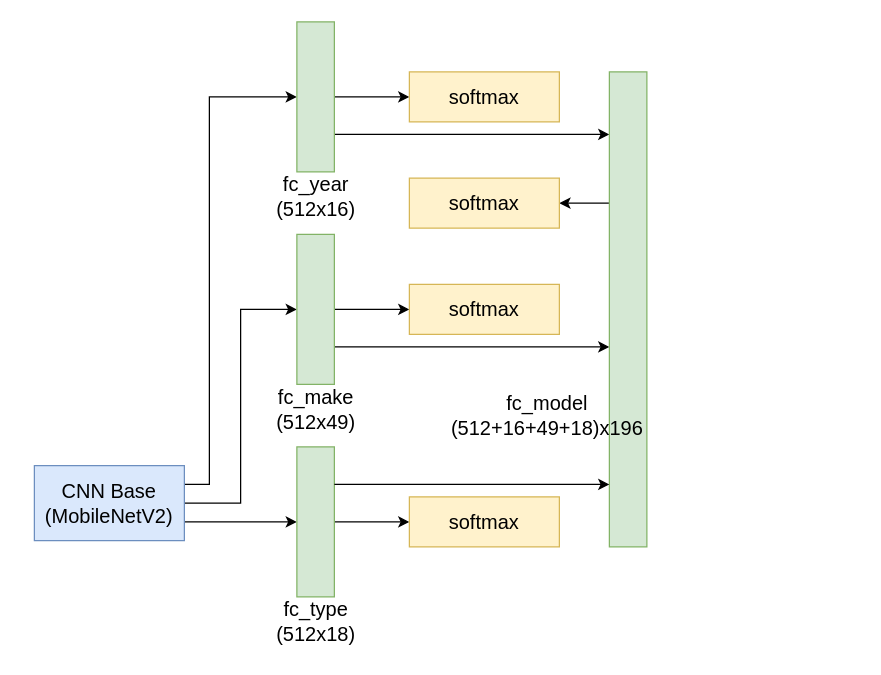
The draw.io diagram model.drawio in lyzhang0113/AutoSpecNet, before the edit. Source tidied: cells renumbered, new cells numbered last; positions are measured from the earlier drawing's top-left corner, leaving out a move shared by most shapes. Both pictures are drawn from the tidied source at 125%, with x=0, y=0 at pixel (34, 21).
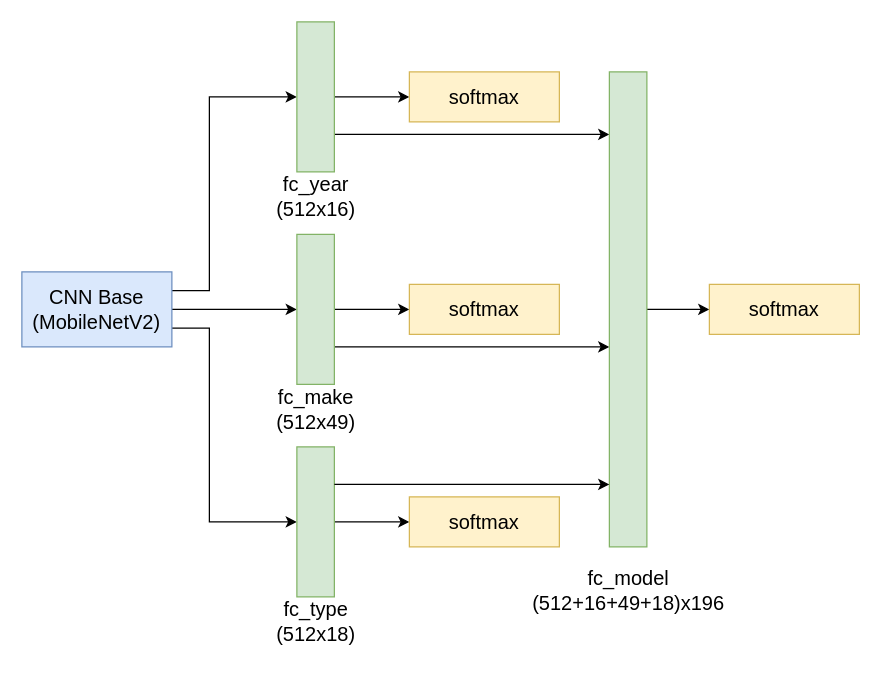
The same page after the edit.

The change refers to these unchanged cells:
```xml
<mxCell id="12" style="rounded=0;whiteSpace=wrap;html=1;fontSize=16;fillColor=#d5e8d4;strokeColor=#82b366;" parent="1" vertex="1">
  <mxGeometry x="210" width="30" height="120" as="geometry" />
</mxCell>
<mxCell id="15" style="rounded=0;whiteSpace=wrap;html=1;fontSize=16;fillColor=#d5e8d4;strokeColor=#82b366;" parent="1" vertex="1">
  <mxGeometry x="210" y="340" width="30" height="120" as="geometry" />
</mxCell>
<mxCell id="21" style="rounded=0;whiteSpace=wrap;html=1;fontSize=16;fillColor=#d5e8d4;strokeColor=#82b366;" parent="1" vertex="1">
  <mxGeometry x="460" y="40" width="30" height="380" as="geometry" />
</mxCell>
```

Diff of the diagram source:
```diff
@@
     <mxCell id="3" style="edgeStyle=orthogonalEdgeStyle;rounded=0;jettySize=auto;html=1;exitX=1;exitY=0.25;exitDx=0;exitDy=0;entryX=0;entryY=0.5;entryDx=0;entryDy=0;fontSize=16;" parent="1" edge="1" source="5" target="12">
       <mxGeometry relative="1" as="geometry">
         <Array as="points">
-          <mxPoint x="140" y="370" />
+          <mxPoint x="140" y="215" />
           <mxPoint x="140" y="60" />
         </Array>
       </mxGeometry>
     </mxCell>
     <mxCell id="4" style="edgeStyle=orthogonalEdgeStyle;rounded=0;jettySize=auto;html=1;exitX=1;exitY=0.75;exitDx=0;exitDy=0;entryX=0;entryY=0.5;entryDx=0;entryDy=0;fontSize=16;" parent="1" edge="1" source="5" target="15">
-      <mxGeometry relative="1" as="geometry" />
+      <mxGeometry relative="1" as="geometry">
+        <Array as="points">
+          <mxPoint x="140" y="245" />
+          <mxPoint x="140" y="400" />
+        </Array>
+      </mxGeometry>
     </mxCell>
     <mxCell id="5" value="CNN Base&lt;div style=&quot;font-size: 16px;&quot;&gt;(MobileNetV2)&lt;/div&gt;" style="rounded=0;whiteSpace=wrap;html=1;fontSize=16;fillColor=#dae8fc;strokeColor=#6c8ebf;" parent="1" vertex="1">
-      <mxGeometry y="355" width="120" height="60" as="geometry" />
+      <mxGeometry x="-10" y="200" width="120" height="60" as="geometry" />
     </mxCell>
@@
-    <mxCell id="20" style="edgeStyle=orthogonalEdgeStyle;rounded=0;jettySize=auto;html=1;" parent="1" edge="1" source="21" target="24">
+    <mxCell id="20" style="edgeStyle=orthogonalEdgeStyle;rounded=0;jettySize=auto;html=1;entryX=0;entryY=0.5;entryDx=0;entryDy=0;" parent="1" edge="1" source="21" target="24">
       <mxGeometry relative="1" as="geometry">
         <Array as="points">
-          <mxPoint x="450" y="145" />
-          <mxPoint x="450" y="145" />
+          <mxPoint x="500" y="230" />
+          <mxPoint x="500" y="230" />
         </Array>
       </mxGeometry>
     </mxCell>
@@
     <mxCell id="23" value="fc_model&lt;br style=&quot;font-size: 16px;&quot;&gt;(512+16+49+18)x196" style="text;html=1;align=center;verticalAlign=middle;strokeColor=none;fillColor=none;fontSize=16;rotation=0;" parent="1" vertex="1">
-      <mxGeometry x="320" y="290" width="180" height="50" as="geometry" />
+      <mxGeometry x="385" y="430" width="180" height="50" as="geometry" />
     </mxCell>
     <mxCell id="24" value="softmax" style="rounded=0;whiteSpace=wrap;html=1;fontSize=16;fillColor=#fff2cc;strokeColor=#d6b656;" parent="1" vertex="1">
-      <mxGeometry x="300" y="125" width="120" height="40" as="geometry" />
+      <mxGeometry x="540" y="210" width="120" height="40" as="geometry" />
     </mxCell>
```
